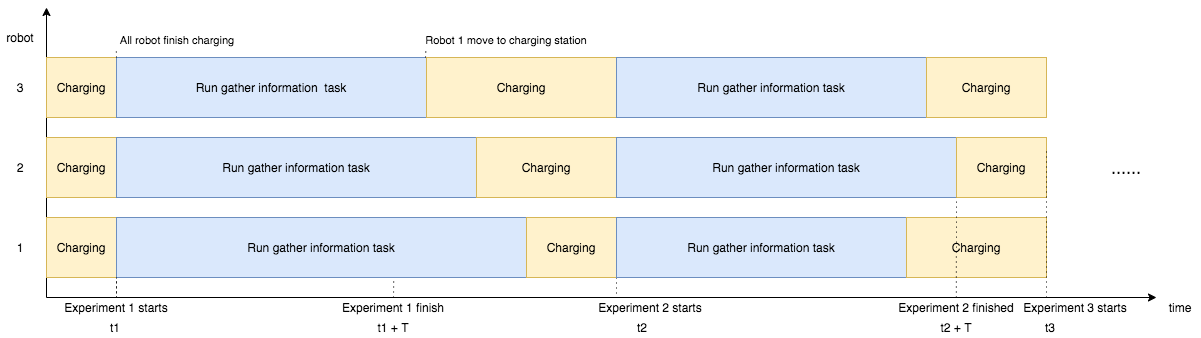
This is Thesis/content/images/ch5/env_exp_timeline.drawio.png from xuanjiao/master_thesis, a draw.io export, as it was before one commit. Source tidied: cells renumbered, new cells last; positions are measured from the earlier drawing's top-left corner, leaving out a move shared by most shapes.
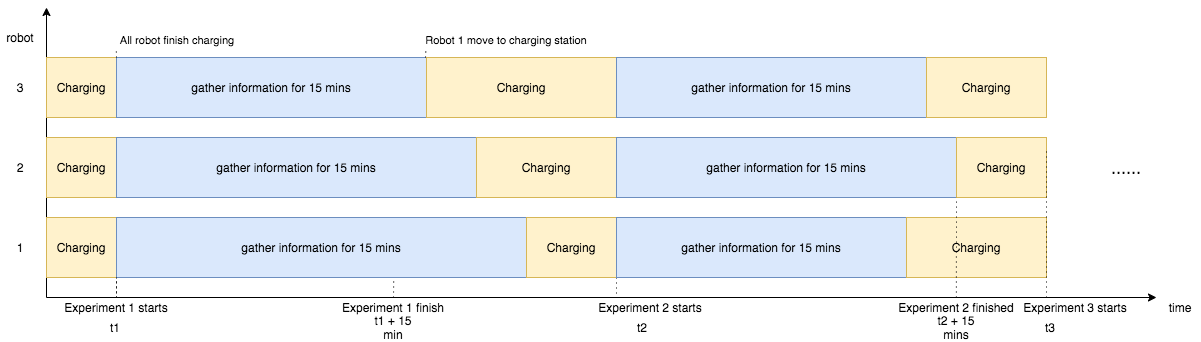
Above is the later version.

The edit, as a diff of the source:
```diff
@@ -23,13 +23,13 @@
     <mxCell id="6" value="Charging" style="rounded=0;whiteSpace=wrap;html=1;fillColor=#fff2cc;strokeColor=#d6b656;" parent="1" vertex="1">
       <mxGeometry x="46" y="210" width="70" height="60" as="geometry" />
     </mxCell>
-    <mxCell id="7" value="Run gather information&amp;nbsp; task" style="rounded=0;whiteSpace=wrap;html=1;fillColor=#dae8fc;strokeColor=#6c8ebf;" parent="1" vertex="1">
+    <mxCell id="7" value="gather information for 15 mins" style="rounded=0;whiteSpace=wrap;html=1;fillColor=#dae8fc;strokeColor=#6c8ebf;" parent="1" vertex="1">
       <mxGeometry x="116" y="50" width="310" height="60" as="geometry" />
     </mxCell>
-    <mxCell id="8" value="Run gather information&amp;nbsp;task" style="rounded=0;whiteSpace=wrap;html=1;fillColor=#dae8fc;strokeColor=#6c8ebf;" parent="1" vertex="1">
+    <mxCell id="8" value="gather information for 15 mins" style="rounded=0;whiteSpace=wrap;html=1;fillColor=#dae8fc;strokeColor=#6c8ebf;" parent="1" vertex="1">
       <mxGeometry x="116" y="130" width="360" height="60" as="geometry" />
     </mxCell>
-    <mxCell id="9" value="Run gather information&amp;nbsp;task" style="rounded=0;whiteSpace=wrap;html=1;fillColor=#dae8fc;strokeColor=#6c8ebf;" parent="1" vertex="1">
+    <mxCell id="9" value="gather information for 15 mins" style="rounded=0;whiteSpace=wrap;html=1;fillColor=#dae8fc;strokeColor=#6c8ebf;" parent="1" vertex="1">
       <mxGeometry x="116" y="210" width="410" height="60" as="geometry" />
     </mxCell>
     <mxCell id="10" value="Charging" style="rounded=0;whiteSpace=wrap;html=1;fillColor=#fff2cc;strokeColor=#d6b656;" parent="1" vertex="1">
@@ -59,13 +59,13 @@
     <mxCell id="18" value="Experiment&amp;nbsp;&lt;span style=&quot;text-align: left&quot;&gt;2 starts&lt;/span&gt;" style="text;html=1;strokeColor=none;fillColor=none;align=center;verticalAlign=middle;whiteSpace=wrap;rounded=0;" parent="1" vertex="1">
       <mxGeometry x="580" y="290" width="140" height="20" as="geometry" />
     </mxCell>
-    <mxCell id="19" value="Run gather information&amp;nbsp;task" style="rounded=0;whiteSpace=wrap;html=1;fillColor=#dae8fc;strokeColor=#6c8ebf;" parent="1" vertex="1">
+    <mxCell id="19" value="gather information for 15 mins" style="rounded=0;whiteSpace=wrap;html=1;fillColor=#dae8fc;strokeColor=#6c8ebf;" parent="1" vertex="1">
       <mxGeometry x="616" y="50" width="310" height="60" as="geometry" />
     </mxCell>
-    <mxCell id="20" value="Run gather information&amp;nbsp;task" style="rounded=0;whiteSpace=wrap;html=1;fillColor=#dae8fc;strokeColor=#6c8ebf;" parent="1" vertex="1">
+    <mxCell id="20" value="gather information for 15 mins" style="rounded=0;whiteSpace=wrap;html=1;fillColor=#dae8fc;strokeColor=#6c8ebf;" parent="1" vertex="1">
       <mxGeometry x="616" y="130" width="340" height="60" as="geometry" />
     </mxCell>
-    <mxCell id="21" value="Run gather information&amp;nbsp;task" style="rounded=0;whiteSpace=wrap;html=1;fillColor=#dae8fc;strokeColor=#6c8ebf;" parent="1" vertex="1">
+    <mxCell id="21" value="gather information for 15 mins" style="rounded=0;whiteSpace=wrap;html=1;fillColor=#dae8fc;strokeColor=#6c8ebf;" parent="1" vertex="1">
       <mxGeometry x="616" y="210" width="290" height="60" as="geometry" />
     </mxCell>
     <mxCell id="22" value="Charging" style="rounded=0;whiteSpace=wrap;html=1;fillColor=#fff2cc;strokeColor=#d6b656;" parent="1" vertex="1">
@@ -132,13 +132,13 @@
     <mxCell id="40" value="t1" style="text;html=1;strokeColor=none;fillColor=none;align=center;verticalAlign=middle;whiteSpace=wrap;rounded=0;" parent="1" vertex="1">
       <mxGeometry x="95" y="310" width="40" height="20" as="geometry" />
     </mxCell>
-    <mxCell id="41" value="t1 + T" style="text;html=1;strokeColor=none;fillColor=none;align=center;verticalAlign=middle;whiteSpace=wrap;rounded=0;" parent="1" vertex="1">
+    <mxCell id="41" value="t1 + 15 min" style="text;html=1;strokeColor=none;fillColor=none;align=center;verticalAlign=middle;whiteSpace=wrap;rounded=0;" parent="1" vertex="1">
       <mxGeometry x="373" y="310" width="40" height="20" as="geometry" />
     </mxCell>
     <mxCell id="42" value="t2" style="text;html=1;strokeColor=none;fillColor=none;align=center;verticalAlign=middle;whiteSpace=wrap;rounded=0;" parent="1" vertex="1">
       <mxGeometry x="622" y="310" width="40" height="20" as="geometry" />
     </mxCell>
-    <mxCell id="43" value="t2 + T" style="text;html=1;strokeColor=none;fillColor=none;align=center;verticalAlign=middle;whiteSpace=wrap;rounded=0;" parent="1" vertex="1">
+    <mxCell id="43" value="t2 + 15 mins" style="text;html=1;strokeColor=none;fillColor=none;align=center;verticalAlign=middle;whiteSpace=wrap;rounded=0;" parent="1" vertex="1">
       <mxGeometry x="935.9" y="310" width="40" height="20" as="geometry" />
     </mxCell>
     <mxCell id="44" value="t3" style="text;html=1;strokeColor=none;fillColor=none;align=center;verticalAlign=middle;whiteSpace=wrap;rounded=0;" parent="1" vertex="1">
```
